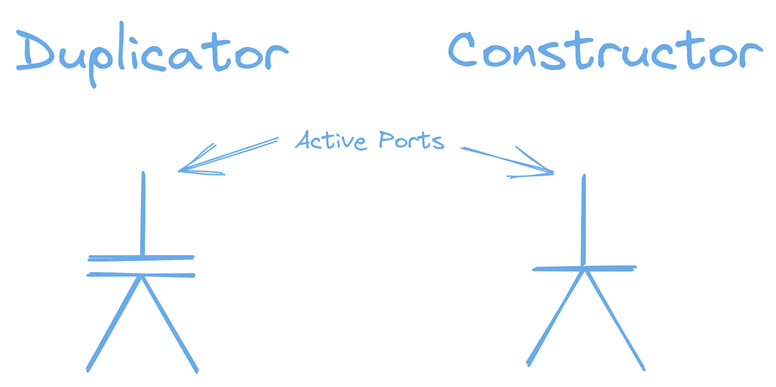
The Excalidraw diagram content/interaction-nets-combinators-calculus/duplicator-constructor.excalidraw.png in zicklag/blog, before a commit. Source tidied: one line per element, renumbered; positions are measured from the earlier drawing's top-left corner, leaving out a move shared by most shapes.
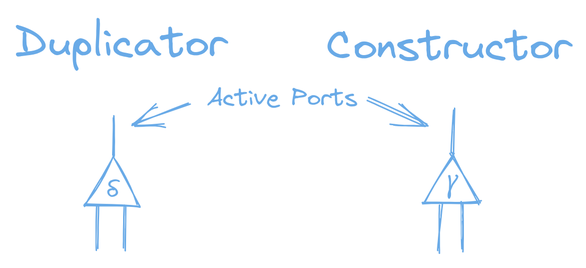
After the change.

What changed in the source:
```diff
@@ -1,14 +1,15 @@
-{"id": 0, "type": "line", "strokeColor": "#1864ab", "strokeWidth": 2, "roughness": 1, "round": true, "x": 49, "y": 162, "width": 69, "height": 0, "points": [[0, 0], [69, 0]]}
-{"id": 1, "type": "line", "strokeColor": "#1864ab", "strokeWidth": 2, "roughness": 1, "round": true, "x": 49, "y": 174, "width": 69, "height": 0, "points": [[0, 0], [69, 0]]}
-{"id": 2, "type": "line", "strokeColor": "#1864ab", "strokeWidth": 2, "roughness": 1, "round": true, "x": 85, "y": 162, "width": 0, "height": 56, "points": [[0, 0], [0, -56]]}
-{"id": 3, "type": "line", "strokeColor": "#1864ab", "strokeWidth": 2, "roughness": 1, "round": true, "x": 83, "y": 175, "width": 35, "height": 61, "points": [[0, 0], [-35, 61]]}
-{"id": 4, "type": "line", "strokeColor": "#1864ab", "strokeWidth": 2, "roughness": 1, "round": true, "x": 85, "y": 174, "width": 36, "height": 62, "points": [[0, 0], [36, 62]]}
-{"id": 5, "type": "text", "text": "Duplicator", "strokeColor": "#1864ab", "strokeWidth": 2, "roughness": 1, "fontSize": 36, "fontFamily": 1, "textAlign": "center", "x": 0, "y": 1, "width": 181, "height": 45}
+{"id": 5, "type": "text", "text": "Duplicator", "strokeColor": "#1864ab", "strokeWidth": 1, "roughness": 1, "fontSize": 28, "fontFamily": 1, "textAlign": "center", "x": 230, "y": 184, "width": 141, "height": 35}
-{"id": 6, "type": "line", "strokeColor": "#1864ab", "strokeWidth": 2, "roughness": 1, "round": true, "x": 347, "y": 170, "width": 66, "height": 0, "points": [[0, 0], [66, 0]]}
-{"id": 7, "type": "line", "strokeColor": "#1864ab", "strokeWidth": 2, "roughness": 1, "round": true, "x": 380, "y": 167, "width": 0, "height": 60, "points": [[0, 0], [0, -60]]}
-{"id": 8, "type": "line", "strokeColor": "#1864ab", "strokeWidth": 2, "roughness": 1, "round": true, "x": 380, "y": 169, "width": 37, "height": 64, "points": [[0, 0], [-37, 64]]}
-{"id": 9, "type": "line", "strokeColor": "#1864ab", "strokeWidth": 2, "roughness": 1, "round": true, "x": 382, "y": 170, "width": 38, "height": 66, "points": [[0, 0], [38, 66]]}
-{"id": 10, "type": "text", "text": "Constructor", "strokeColor": "#1864ab", "strokeWidth": 2, "roughness": 1, "fontSize": 36, "fontFamily": 1, "textAlign": "center", "x": 288, "y": 0, "width": 210, "height": 45}
+{"id": 10, "type": "text", "text": "Constructor", "strokeColor": "#1864ab", "strokeWidth": 1, "roughness": 1, "fontSize": 28, "fontFamily": 1, "textAlign": "center", "x": 437, "y": 186, "width": 163, "height": 35}
-{"id": 11, "type": "arrow", "strokeColor": "#1864ab", "strokeWidth": 1, "roughness": 1, "endArrowhead": "arrow", "round": true, "from": 12, "x": 175, "y": 82, "width": 64, "height": 22, "points": [[0, 0], [-64, 22]]}
+{"id": 14, "type": "arrow", "strokeColor": "#1864ab", "strokeWidth": 1, "roughness": 1, "endArrowhead": "arrow", "round": true, "from": 12, "x": 346, "y": 243, "width": 39, "height": 15, "points": [[0, 0], [-39, 15]]}
-{"id": 12, "type": "text", "text": "Active Ports", "strokeColor": "#1864ab", "strokeWidth": 2, "roughness": 1, "fontSize": 16, "fontFamily": 1, "textAlign": "center", "x": 186, "y": 73, "width": 100, "height": 20}
+{"id": 12, "type": "text", "text": "Active Ports", "strokeColor": "#1864ab", "strokeWidth": 1, "roughness": 1, "fontSize": 16, "fontFamily": 1, "textAlign": "center", "x": 358, "y": 229, "width": 100, "height": 20}
-{"id": 13, "type": "arrow", "strokeColor": "#1864ab", "strokeWidth": 1, "roughness": 1, "endArrowhead": "arrow", "round": true, "from": 12, "x": 298, "y": 88, "width": 60, "height": 17, "points": [[0, 0], [60, 17]]}
+{"id": 15, "type": "arrow", "strokeColor": "#1864ab", "strokeWidth": 1, "roughness": 1, "endArrowhead": "arrow", "round": true, "from": 12, "x": 464, "y": 240, "width": 40, "height": 17, "points": [[0, 0], [40, 17]]}
+{"id": 16, "type": "line", "strokeColor": "#1864ab", "angle": 6.29, "strokeWidth": 1, "roughness": 1, "x": 295, "y": 278, "width": 37, "height": 33, "points": [[0, 0], [-19, 33], [17, 33], [0, 0]]}
+{"id": 17, "type": "text", "text": "δ", "strokeColor": "#1864ab", "backgroundColor": "#ced4da", "fillStyle": "solid", "strokeWidth": 1, "roughness": 1, "fontSize": 16, "fontFamily": 1, "textAlign": "center", "x": 290, "y": 290, "width": 9, "height": 20}
+{"id": 18, "type": "line", "strokeColor": "#1864ab", "angle": 6.29, "strokeWidth": 1, "roughness": 1, "x": 521, "y": 276, "width": 37, "height": 33, "points": [[0, 0], [-19, 33], [17, 33], [0, 0]]}
+{"id": 19, "type": "text", "text": "γ", "strokeColor": "#1864ab", "backgroundColor": "#ced4da", "fillStyle": "solid", "strokeWidth": 1, "roughness": 1, "fontSize": 16, "fontFamily": 1, "textAlign": "center", "x": 518, "y": 283, "width": 7, "height": 20}
+{"id": 20, "type": "arrow", "strokeColor": "#1864ab", "backgroundColor": "#ced4da", "fillStyle": "solid", "strokeWidth": 1, "roughness": 1, "round": true, "from": 17, "x": 295, "y": 278, "width": 0, "height": 27, "points": [[0, 0], [0, -27]]}
+{"id": 21, "type": "arrow", "strokeColor": "#1864ab", "backgroundColor": "#ced4da", "fillStyle": "solid", "strokeWidth": 1, "roughness": 1, "round": true, "from": 17, "x": 285, "y": 310, "width": 0, "height": 30, "points": [[0, 0], [0, 30]]}
+{"id": 22, "type": "arrow", "strokeColor": "#1864ab", "backgroundColor": "#ced4da", "fillStyle": "solid", "strokeWidth": 1, "roughness": 1, "round": true, "from": 17, "x": 302, "y": 312, "width": 1, "height": 28, "points": [[0, 0], [1, 28]]}
+{"id": 23, "type": "arrow", "strokeColor": "#1864ab", "backgroundColor": "#ced4da", "fillStyle": "solid", "strokeWidth": 1, "roughness": 1, "round": true, "from": 19, "x": 522, "y": 277, "width": 0, "height": 31, "points": [[0, 0], [0, -31]]}
+{"id": 24, "type": "arrow", "strokeColor": "#1864ab", "backgroundColor": "#ced4da", "fillStyle": "solid", "strokeWidth": 1, "roughness": 1, "round": true, "from": 19, "x": 513, "y": 310, "width": 0, "height": 32, "points": [[0, 0], [0, 32]]}
+{"id": 25, "type": "arrow", "strokeColor": "#1864ab", "backgroundColor": "#ced4da", "fillStyle": "solid", "strokeWidth": 1, "roughness": 1, "round": true, "from": 19, "x": 527, "y": 310, "width": 0, "height": 31, "points": [[0, 0], [0, 31]]}
```
